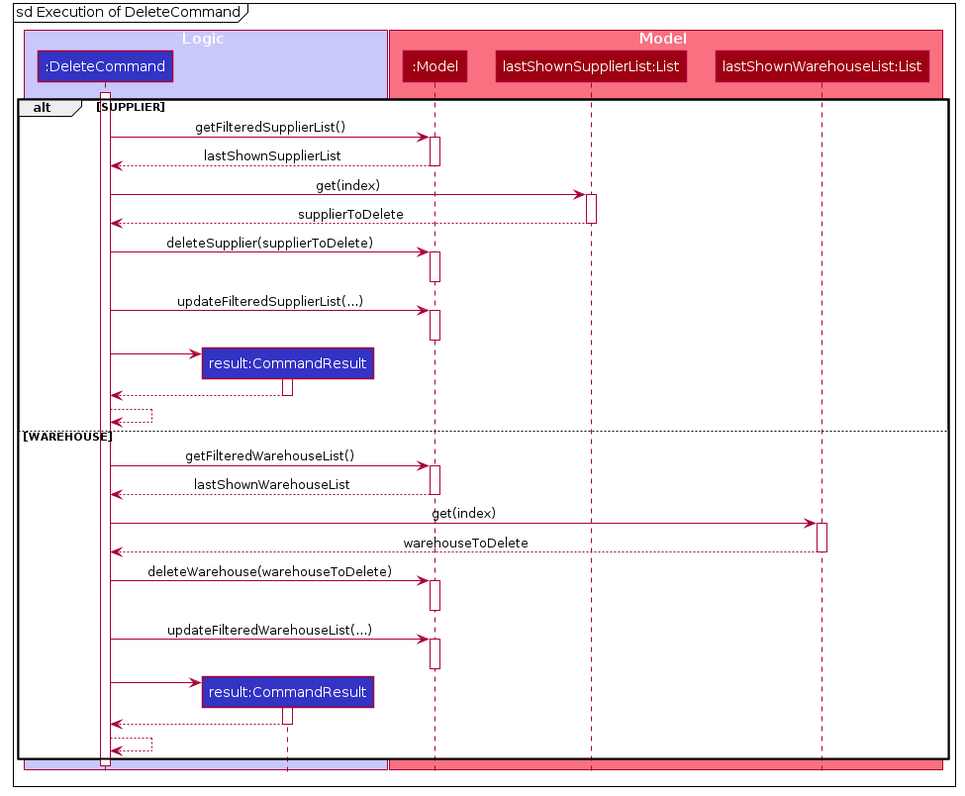
The PlantUML diagram docs/images/DeleteCommandExecutionSequenceDiagram.png in tohyuting/tp, before a commit.
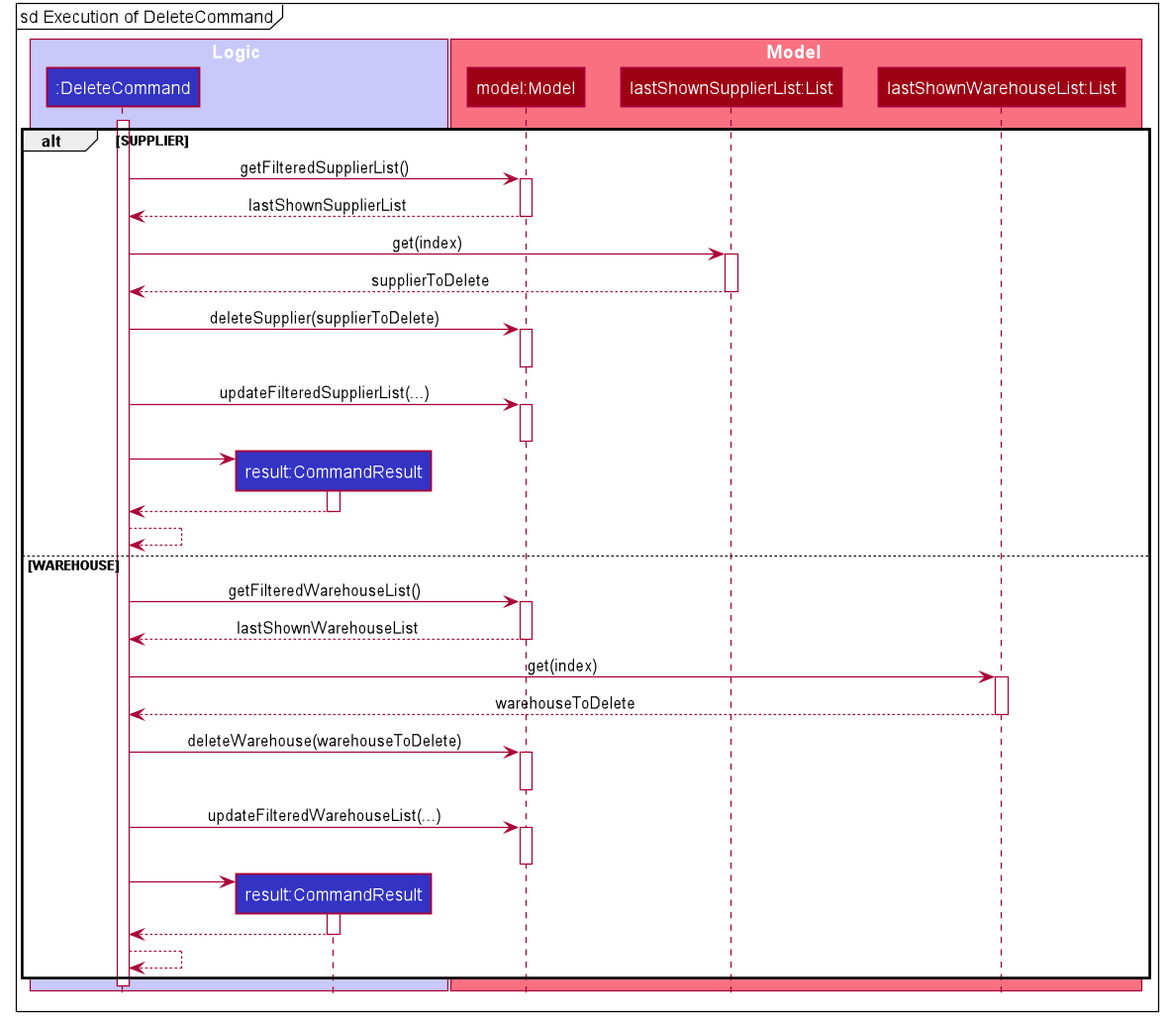
After the commit.

The edit, as a diff of the source:
```diff
@@ -56,7 +56,7 @@
 end box
 
 box Model #F97181
-participant ":Model" as Model #9D0012
+participant "model:Model" as Model #9D0012
 participant "lastShownSupplierList:List" as lastShownSupplierList #9D0012
 participant "lastShownWarehouseList:List" as lastShownWarehouseList #9D0012
 end box
```
